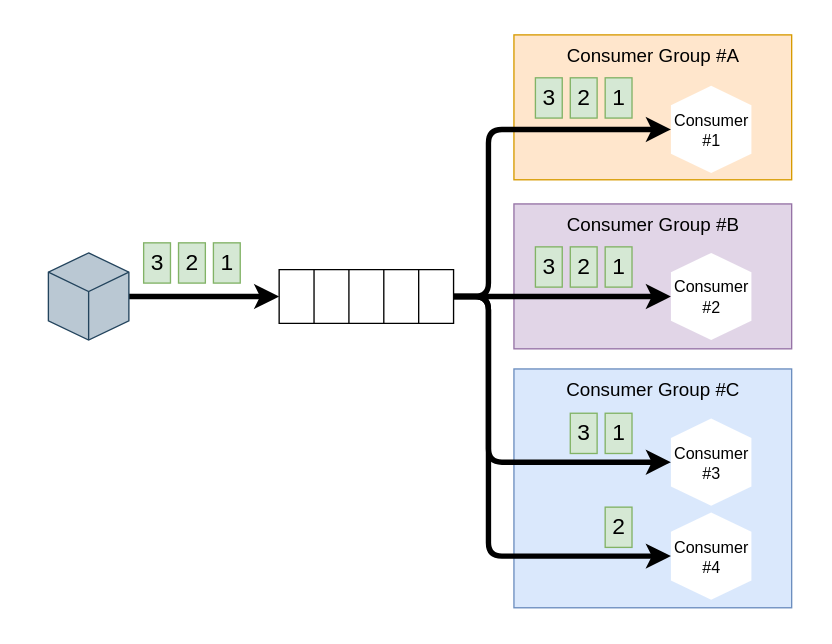
Before: content/전산/공부/Kafka Consumer Group.svg, a diagram exported from draw.io (reddiana/reddiana.github.io). Source tidied: cells renumbered, new cells last; positions are measured from the earlier drawing's top-left corner, leaving out a move shared by most shapes.
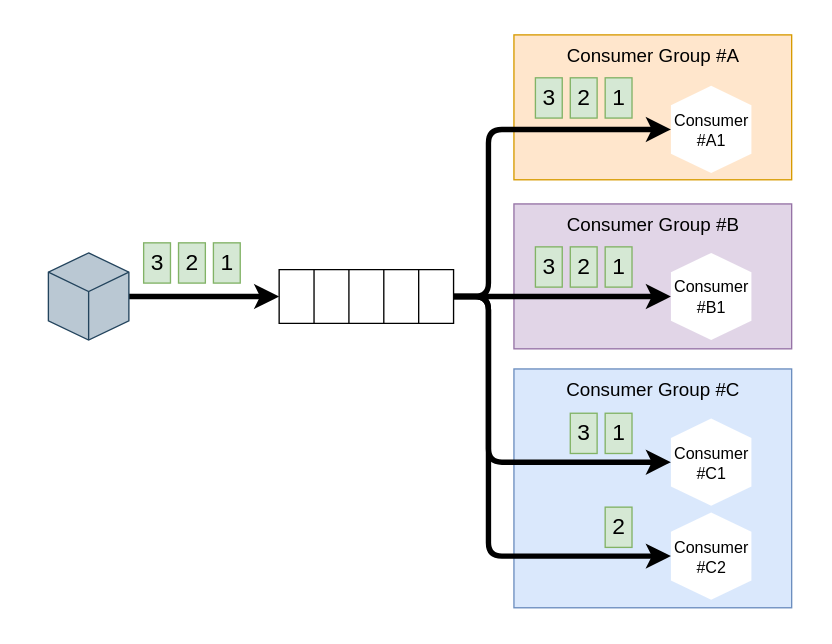
Later version of the same file.

The edit, as a diff of the source:
```diff
@@ -47,13 +47,13 @@
     <mxCell id="16" value="1" style="rounded=0;whiteSpace=wrap;html=1;fillColor=#d5e8d4;strokeColor=#82b366;fontSize=17;" parent="1" vertex="1">
       <mxGeometry x="146" y="171" width="20" height="30" as="geometry" />
     </mxCell>
-    <mxCell id="17" value="Consumer #1" style="html=1;whiteSpace=wrap;shape=isoCube2;backgroundOutline=1;isoAngle=15;strokeColor=none;" parent="1" vertex="1">
+    <mxCell id="17" value="Consumer #A1" style="html=1;whiteSpace=wrap;shape=isoCube2;backgroundOutline=1;isoAngle=15;strokeColor=none;" parent="1" vertex="1">
       <mxGeometry x="487" y="54" width="60" height="65" as="geometry" />
     </mxCell>
-    <mxCell id="18" value="Consumer #2" style="html=1;whiteSpace=wrap;shape=isoCube2;backgroundOutline=1;isoAngle=15;strokeColor=none;" parent="1" vertex="1">
+    <mxCell id="18" value="Consumer #B1" style="html=1;whiteSpace=wrap;shape=isoCube2;backgroundOutline=1;isoAngle=15;strokeColor=none;" parent="1" vertex="1">
       <mxGeometry x="487" y="178.5" width="60" height="65" as="geometry" />
     </mxCell>
-    <mxCell id="19" value="Consumer #3" style="html=1;whiteSpace=wrap;shape=isoCube2;backgroundOutline=1;isoAngle=15;strokeColor=none;" parent="1" vertex="1">
+    <mxCell id="19" value="Consumer #C1" style="html=1;whiteSpace=wrap;shape=isoCube2;backgroundOutline=1;isoAngle=15;strokeColor=none;" parent="1" vertex="1">
       <mxGeometry x="487" y="302" width="60" height="65" as="geometry" />
     </mxCell>
     <mxCell id="20" style="edgeStyle=elbowEdgeStyle;html=1;strokeWidth=4;" parent="1" edge="1" source="8" target="17">
@@ -76,7 +76,7 @@
     <mxCell id="23" style="html=1;whiteSpace=wrap;shape=isoCube2;backgroundOutline=1;isoAngle=15;fillColor=#bac8d3;strokeColor=#23445d;" parent="1" vertex="1">
       <mxGeometry x="23" y="178.5" width="60" height="65" as="geometry" />
     </mxCell>
-    <mxCell id="24" value="Consumer #4" style="html=1;whiteSpace=wrap;shape=isoCube2;backgroundOutline=1;isoAngle=15;strokeColor=none;" parent="1" vertex="1">
+    <mxCell id="24" value="Consumer #C2" style="html=1;whiteSpace=wrap;shape=isoCube2;backgroundOutline=1;isoAngle=15;strokeColor=none;" parent="1" vertex="1">
       <mxGeometry x="487" y="372" width="60" height="65" as="geometry" />
     </mxCell>
     <mxCell id="25" style="edgeStyle=elbowEdgeStyle;rounded=1;html=1;labelBackgroundColor=default;strokeColor=default;align=center;verticalAlign=middle;fontFamily=Helvetica;fontSize=11;fontColor=default;endArrow=classic;strokeWidth=4;" parent="1" edge="1" source="8" target="24">
```
